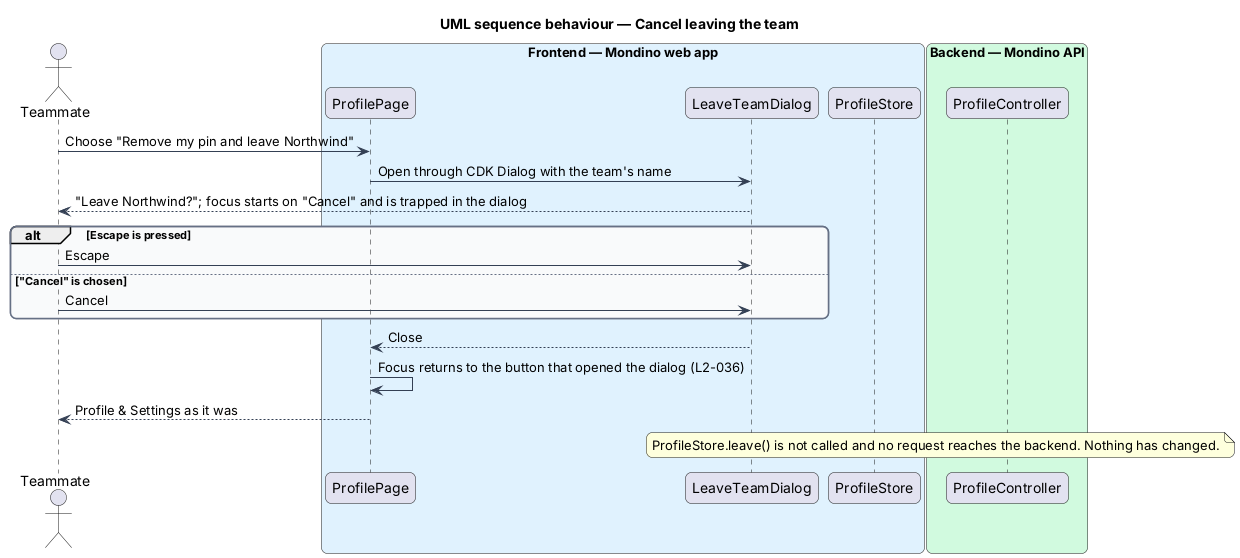
Above: docs/detailed-designs/profile/leave-team/diagrams/sequence-cancel-leave.png in QuinntyneBrown/Mondino (PlantUML), before the change. Its source is kept beside it as docs/detailed-designs/profile/leave-team/diagrams/sequence-cancel-leave.puml.
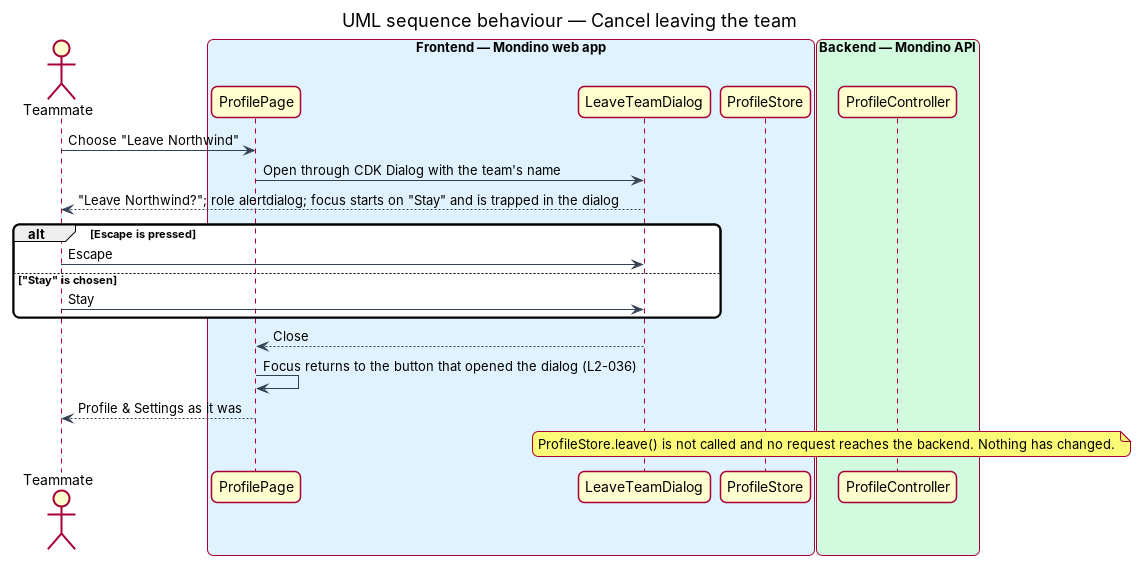
After the change.

Diff of the diagram source:
```diff
@@ -23,13 +23,13 @@
 box "Backend — Mondino API" #D1FADF
   participant "ProfileController" as controller
 end box
-actor -> page : Choose "Remove my pin and leave Northwind"
+actor -> page : Choose "Leave Northwind"
 page -> dialog : Open through CDK Dialog with the team's name
-dialog --> actor : "Leave Northwind?"; focus starts on "Cancel" and is trapped in the dialog
+dialog --> actor : "Leave Northwind?"; role alertdialog; focus starts on "Stay" and is trapped in the dialog
 alt Escape is pressed
   actor -> dialog : Escape
-else "Cancel" is chosen
-  actor -> dialog : Cancel
+else "Stay" is chosen
+  actor -> dialog : Stay
 end
 dialog --> page : Close
 page -> page : Focus returns to the button that opened the dialog (L2-036)
```
